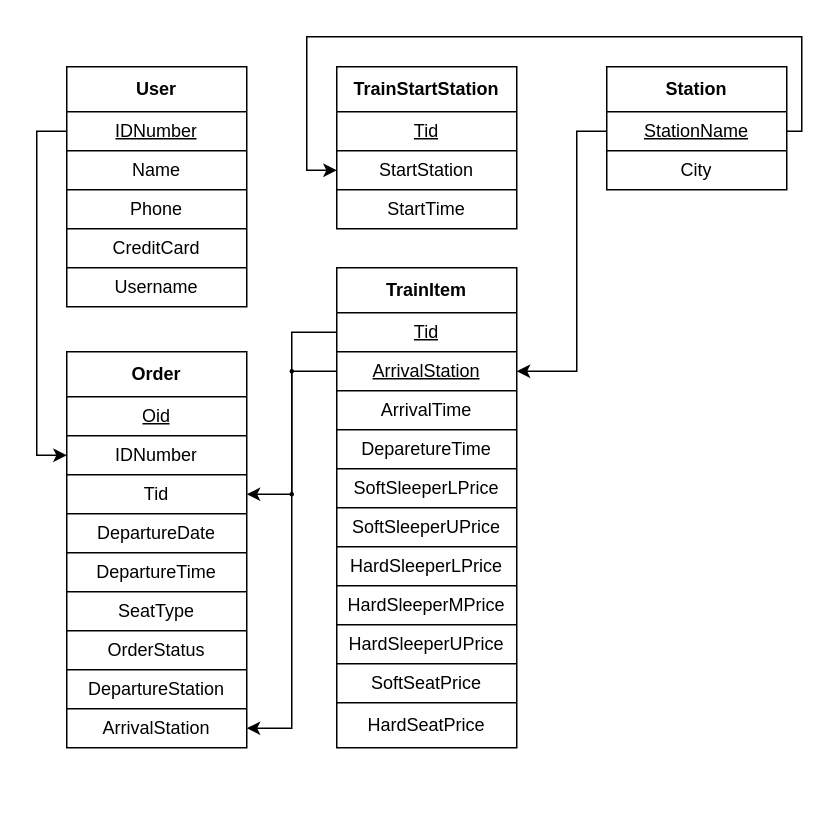
The draw.io diagram design/readme.assets/schema.drawio in KevinGeejo/Railway-Booking-System, before the edit. Source tidied: cells renumbered, new cells numbered last; positions are measured from the earlier drawing's top-left corner, leaving out a move shared by most shapes. Both pictures are drawn from the tidied source at 150%, with x=0, y=0 at pixel (66, 36).
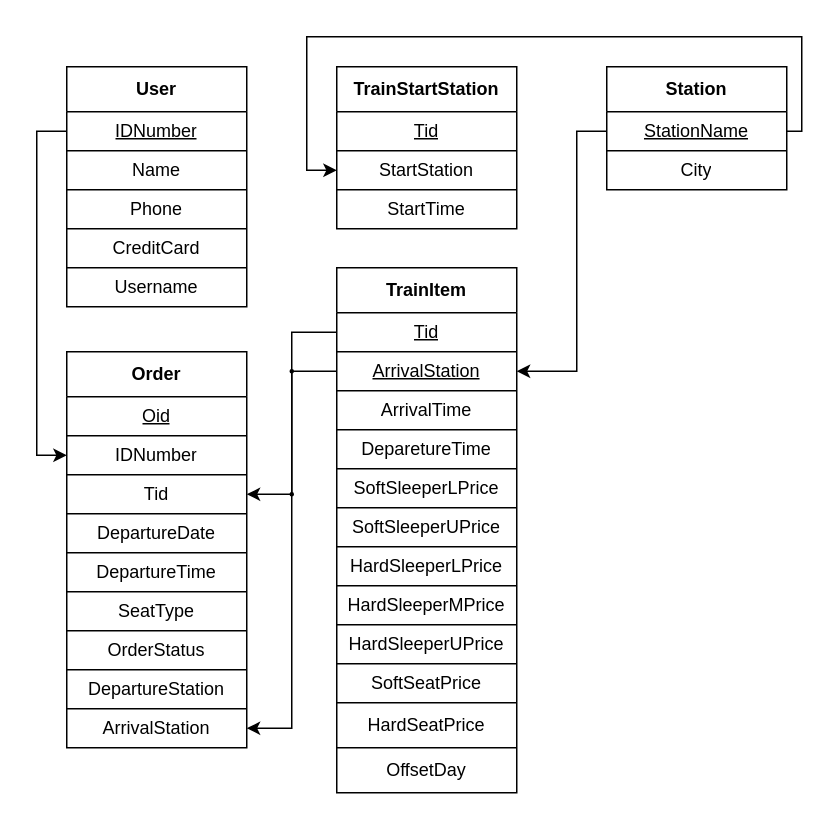
Above is the later version.

The edit, as a diff of the source:
```diff
@@
     <mxCell id="39" value="TrainItem" style="shape=table;html=1;whiteSpace=wrap;startSize=30;childLayout=tableLayout;fontStyle=1;align=center;" parent="1" vertex="1">
-      <mxGeometry x="180" y="154" width="120" height="320" as="geometry" />
+      <mxGeometry x="180" y="154" width="120" height="350" as="geometry" />
     </mxCell>
@@
+    <mxCell id="74" style="shape=partialRectangle;html=1;whiteSpace=wrap;fillColor=none;top=0;left=0;bottom=0;right=0;" parent="39" vertex="1">
+      <mxGeometry y="320" width="120" height="30" as="geometry" />
+    </mxCell>
+    <mxCell id="75" value="OffsetDay" style="shape=partialRectangle;html=1;whiteSpace=wrap;fillColor=none;top=0;left=0;bottom=0;right=0;overflow=hidden;" parent="74" vertex="1">
+      <mxGeometry width="120" height="30" as="geometry" />
+    </mxCell>
```
